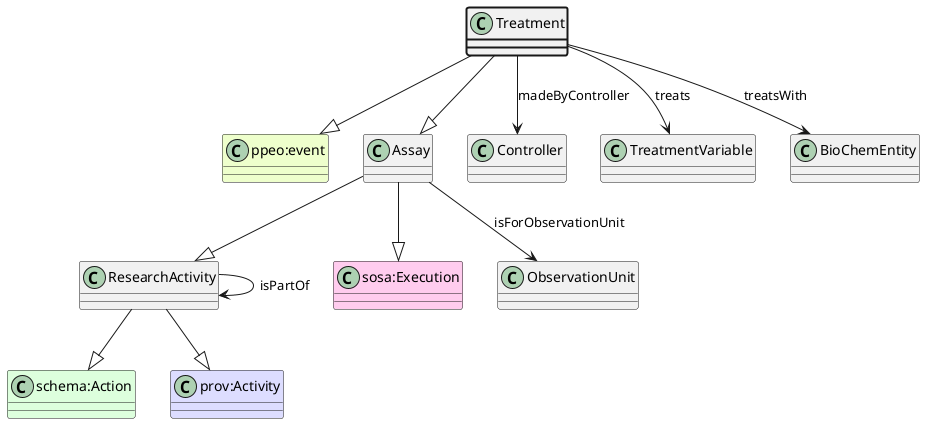
Above: ttl_uml/ttl_appn_Treatment.png in aus-plant-phenomics-network/appn-schema (PlantUML), before the change.
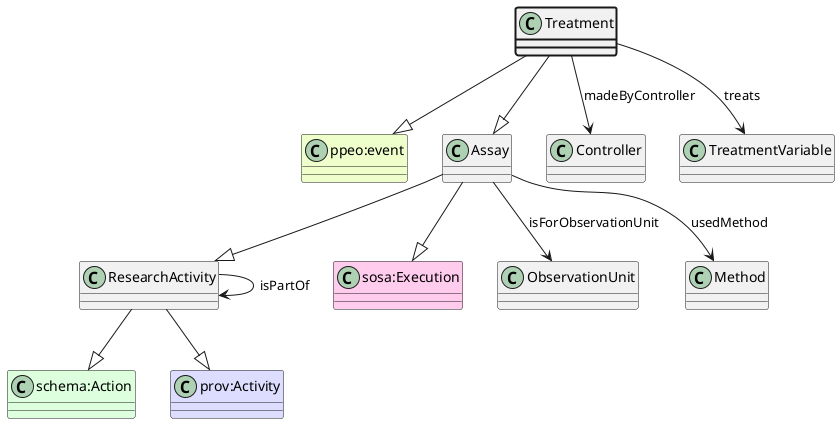
The same diagram one commit later.

What changed in the source:
```diff
@@ -16,10 +16,10 @@
 Treatment --> Controller : madeByController
 class TreatmentVariable
 Treatment --> TreatmentVariable : treats
-class BioChemEntity
-Treatment --> BioChemEntity : treatsWith
 class ObservationUnit
 Assay --> ObservationUnit : isForObservationUnit
+class Method
+Assay --> Method : usedMethod
 class ResearchActivity
 ResearchActivity --> ResearchActivity : isPartOf
 @enduml
```
